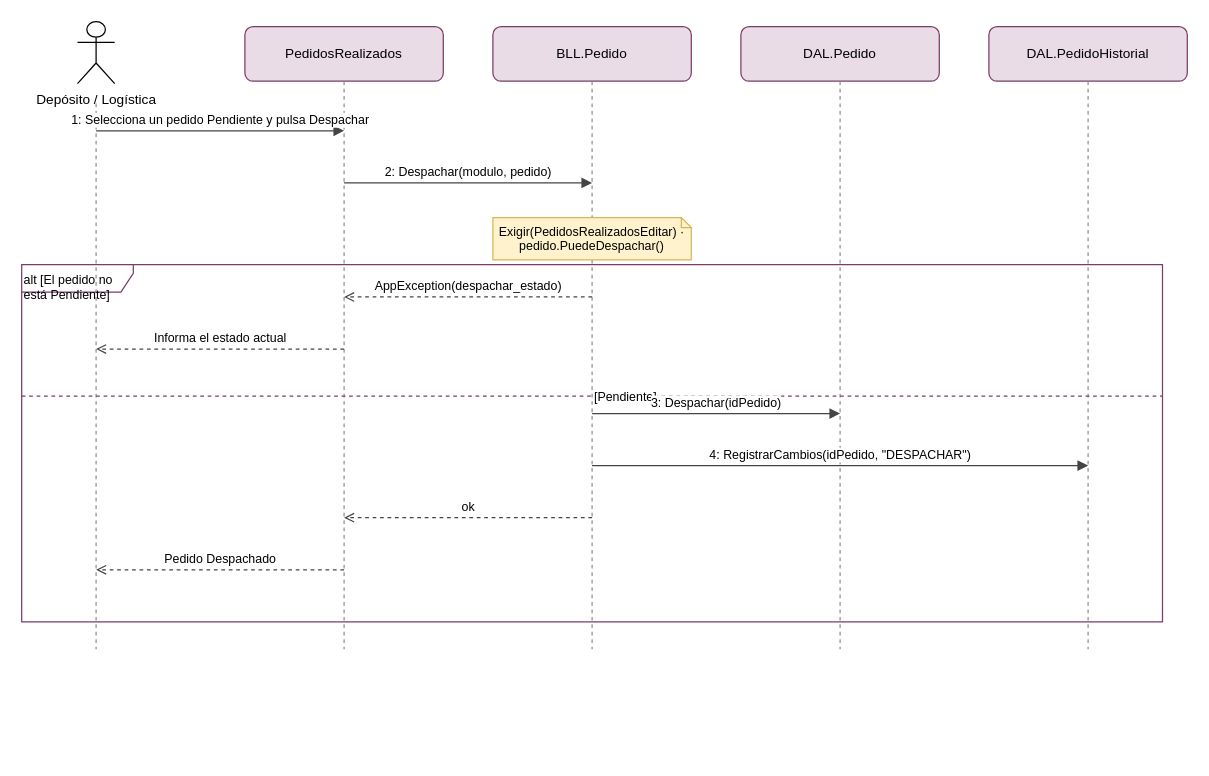
The draw.io diagram docs/diagramas/drawio/DSS_PN01_CU04_DespacharPedido.drawio in valentinamorana/Trabajo-de-Diploma, before the edit. Source tidied: cells renumbered, new cells numbered last; positions are measured from the earlier drawing's top-left corner, leaving out a move shared by most shapes. Both pictures are drawn from the tidied source at 124%, with x=0, y=0 at pixel (21, 21).
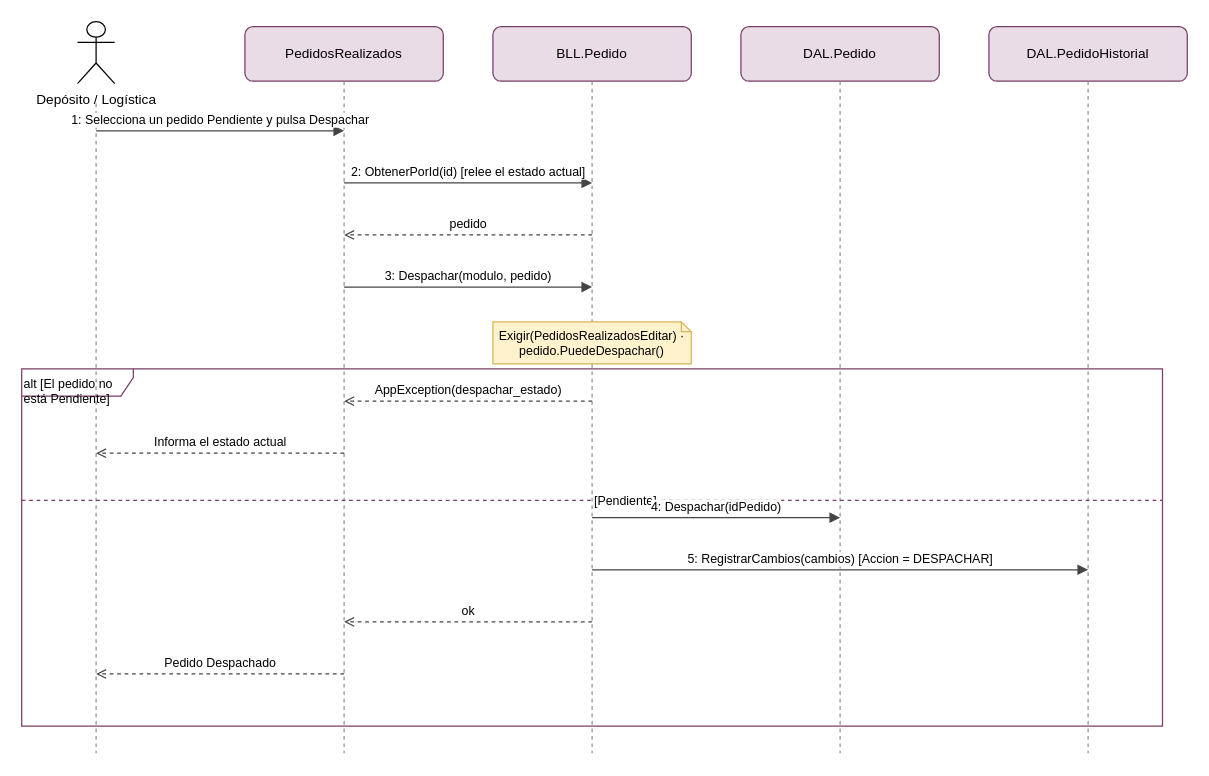
After the change.

Change to the diagram source:
```diff
@@
     <mxCell id="3" style="endArrow=none;dashed=1;html=1;strokeColor=#9a8a96;" parent="1" edge="1">
       <mxGeometry relative="1" as="geometry">
         <mxPoint x="60" y="66" as="sourcePoint" />
-        <mxPoint x="60" y="506" as="targetPoint" />
+        <mxPoint x="60" y="590" as="targetPoint" />
       </mxGeometry>
     </mxCell>
@@
     <mxCell id="5" style="endArrow=none;dashed=1;html=1;strokeColor=#9a8a96;" parent="1" edge="1">
       <mxGeometry relative="1" as="geometry">
         <mxPoint x="260" y="48" as="sourcePoint" />
-        <mxPoint x="260" y="506" as="targetPoint" />
+        <mxPoint x="260" y="590" as="targetPoint" />
       </mxGeometry>
     </mxCell>
@@
     <mxCell id="7" style="endArrow=none;dashed=1;html=1;strokeColor=#9a8a96;" parent="1" edge="1">
       <mxGeometry relative="1" as="geometry">
         <mxPoint x="460" y="48" as="sourcePoint" />
-        <mxPoint x="460" y="506" as="targetPoint" />
+        <mxPoint x="460" y="590" as="targetPoint" />
       </mxGeometry>
     </mxCell>
@@
     <mxCell id="9" style="endArrow=none;dashed=1;html=1;strokeColor=#9a8a96;" parent="1" edge="1">
       <mxGeometry relative="1" as="geometry">
         <mxPoint x="660" y="48" as="sourcePoint" />
-        <mxPoint x="660" y="506" as="targetPoint" />
+        <mxPoint x="660" y="590" as="targetPoint" />
       </mxGeometry>
     </mxCell>
@@
     <mxCell id="11" style="endArrow=none;dashed=1;html=1;strokeColor=#9a8a96;" parent="1" edge="1">
       <mxGeometry relative="1" as="geometry">
         <mxPoint x="860" y="48" as="sourcePoint" />
-        <mxPoint x="860" y="506" as="targetPoint" />
+        <mxPoint x="860" y="590" as="targetPoint" />
       </mxGeometry>
     </mxCell>
     <mxCell id="12" value="alt [El pedido no está Pendiente]" style="shape=umlFrame;whiteSpace=wrap;html=1;fillColor=none;strokeColor=#7a3d68;align=left;verticalAlign=top;fontSize=10;width=90;height=22;" parent="1" vertex="1">
-      <mxGeometry y="196" width="920" height="288" as="geometry" />
+      <mxGeometry y="280" width="920" height="288" as="geometry" />
     </mxCell>
     <mxCell id="13" value="[Pendiente]" style="endArrow=none;dashed=1;html=1;fontSize=10;align=left;strokeColor=#7a3d68;" parent="1" edge="1">
       <mxGeometry relative="1" as="geometry">
-        <mxPoint y="302" as="sourcePoint" />
-        <mxPoint x="920" y="302" as="targetPoint" />
+        <mxPoint y="386" as="sourcePoint" />
+        <mxPoint x="920" y="386" as="targetPoint" />
       </mxGeometry>
     </mxCell>
     <mxCell id="14" value="Exigir(PedidosRealizadosEditar) · pedido.PuedeDespachar()" style="shape=note;whiteSpace=wrap;html=1;fillColor=#FFF2CC;strokeColor=#d6b656;fontSize=10;size=8;" parent="1" vertex="1">
-      <mxGeometry x="380" y="158" width="160" height="34" as="geometry" />
+      <mxGeometry x="380" y="242" width="160" height="34" as="geometry" />
     </mxCell>
@@
-    <mxCell id="16" value="2: Despachar(modulo, pedido)" style="html=1;verticalAlign=bottom;endArrow=block;endFill=1;fontSize=10;strokeColor=#444;" parent="1" edge="1">
+    <mxCell id="16" value="2: ObtenerPorId(id)  [relee el estado actual]" style="html=1;verticalAlign=bottom;endArrow=block;endFill=1;fontSize=10;strokeColor=#444;" parent="1" edge="1">
       <mxGeometry relative="1" as="geometry">
         <mxPoint x="260" y="130" as="sourcePoint" />
         <mxPoint x="460" y="130" as="targetPoint" />
       </mxGeometry>
     </mxCell>
-    <mxCell id="17" value="AppException(despachar_estado)" style="html=1;verticalAlign=bottom;endArrow=open;endFill=0;dashed=1;fontSize=10;strokeColor=#444;" parent="1" edge="1">
+    <mxCell id="17" value="pedido" style="html=1;verticalAlign=bottom;endArrow=open;endFill=0;dashed=1;fontSize=10;strokeColor=#444;" parent="1" edge="1">
       <mxGeometry relative="1" as="geometry">
-        <mxPoint x="460" y="222" as="sourcePoint" />
-        <mxPoint x="260" y="222" as="targetPoint" />
+        <mxPoint x="460" y="172" as="sourcePoint" />
+        <mxPoint x="260" y="172" as="targetPoint" />
       </mxGeometry>
     </mxCell>
-    <mxCell id="18" value="Informa el estado actual" style="html=1;verticalAlign=bottom;endArrow=open;endFill=0;dashed=1;fontSize=10;strokeColor=#444;" parent="1" edge="1">
+    <mxCell id="18" value="3: Despachar(modulo, pedido)" style="html=1;verticalAlign=bottom;endArrow=block;endFill=1;fontSize=10;strokeColor=#444;" parent="1" edge="1">
       <mxGeometry relative="1" as="geometry">
-        <mxPoint x="260" y="264" as="sourcePoint" />
-        <mxPoint x="60" y="264" as="targetPoint" />
+        <mxPoint x="260" y="214" as="sourcePoint" />
+        <mxPoint x="460" y="214" as="targetPoint" />
       </mxGeometry>
     </mxCell>
-    <mxCell id="19" value="3: Despachar(idPedido)" style="html=1;verticalAlign=bottom;endArrow=block;endFill=1;fontSize=10;strokeColor=#444;" parent="1" edge="1">
+    <mxCell id="19" value="AppException(despachar_estado)" style="html=1;verticalAlign=bottom;endArrow=open;endFill=0;dashed=1;fontSize=10;strokeColor=#444;" parent="1" edge="1">
       <mxGeometry relative="1" as="geometry">
-        <mxPoint x="460" y="316" as="sourcePoint" />
-        <mxPoint x="660" y="316" as="targetPoint" />
+        <mxPoint x="460" y="306" as="sourcePoint" />
+        <mxPoint x="260" y="306" as="targetPoint" />
       </mxGeometry>
     </mxCell>
-    <mxCell id="20" value="4: RegistrarCambios(idPedido, &quot;DESPACHAR&quot;)" style="html=1;verticalAlign=bottom;endArrow=block;endFill=1;fontSize=10;strokeColor=#444;" parent="1" edge="1">
+    <mxCell id="20" value="Informa el estado actual" style="html=1;verticalAlign=bottom;endArrow=open;endFill=0;dashed=1;fontSize=10;strokeColor=#444;" parent="1" edge="1">
       <mxGeometry relative="1" as="geometry">
-        <mxPoint x="460" y="358" as="sourcePoint" />
-        <mxPoint x="860" y="358" as="targetPoint" />
+        <mxPoint x="260" y="348" as="sourcePoint" />
+        <mxPoint x="60" y="348" as="targetPoint" />
       </mxGeometry>
     </mxCell>
-    <mxCell id="21" value="ok" style="html=1;verticalAlign=bottom;endArrow=open;endFill=0;dashed=1;fontSize=10;strokeColor=#444;" parent="1" edge="1">
+    <mxCell id="21" value="4: Despachar(idPedido)" style="html=1;verticalAlign=bottom;endArrow=block;endFill=1;fontSize=10;strokeColor=#444;" parent="1" edge="1">
       <mxGeometry relative="1" as="geometry">
         <mxPoint x="460" y="400" as="sourcePoint" />
-        <mxPoint x="260" y="400" as="targetPoint" />
+        <mxPoint x="660" y="400" as="targetPoint" />
       </mxGeometry>
     </mxCell>
-    <mxCell id="22" value="Pedido Despachado" style="html=1;verticalAlign=bottom;endArrow=open;endFill=0;dashed=1;fontSize=10;strokeColor=#444;" parent="1" edge="1">
+    <mxCell id="22" value="5: RegistrarCambios(cambios)  [Accion = DESPACHAR]" style="html=1;verticalAlign=bottom;endArrow=block;endFill=1;fontSize=10;strokeColor=#444;" parent="1" edge="1">
       <mxGeometry relative="1" as="geometry">
-        <mxPoint x="260" y="442" as="sourcePoint" />
-        <mxPoint x="60" y="442" as="targetPoint" />
+        <mxPoint x="460" y="442" as="sourcePoint" />
+        <mxPoint x="860" y="442" as="targetPoint" />
       </mxGeometry>
     </mxCell>
+    <mxCell id="23" value="ok" style="html=1;verticalAlign=bottom;endArrow=open;endFill=0;dashed=1;fontSize=10;strokeColor=#444;" parent="1" edge="1">
+      <mxGeometry relative="1" as="geometry">
+        <mxPoint x="460" y="484" as="sourcePoint" />
+        <mxPoint x="260" y="484" as="targetPoint" />
+      </mxGeometry>
+    </mxCell>
+    <mxCell id="24" value="Pedido Despachado" style="html=1;verticalAlign=bottom;endArrow=open;endFill=0;dashed=1;fontSize=10;strokeColor=#444;" parent="1" edge="1">
+      <mxGeometry relative="1" as="geometry">
+        <mxPoint x="260" y="526" as="sourcePoint" />
+        <mxPoint x="60" y="526" as="targetPoint" />
+      </mxGeometry>
+    </mxCell>
```
